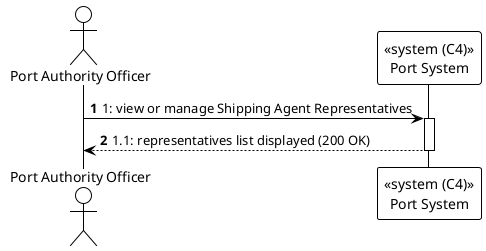
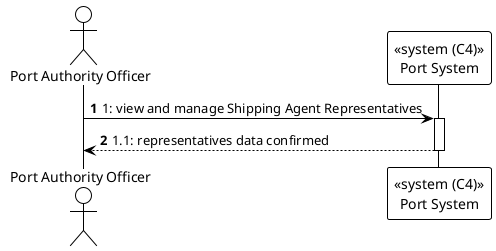
@startuml
!theme plain
autonumber

actor "Port Authority Officer" as Officer
participant "<<system (C4)>>\nPort System" as PortSystem

- Officer -> PortSystem : 1: view or manage Shipping Agent Representatives
+ Officer -> PortSystem : 1: view and manage Shipping Agent Representatives
activate PortSystem
- PortSystem --> Officer : 1.1: representatives list displayed (200 OK)
+ PortSystem --> Officer : 1.1: representatives data confirmed
deactivate PortSystem

@enduml
